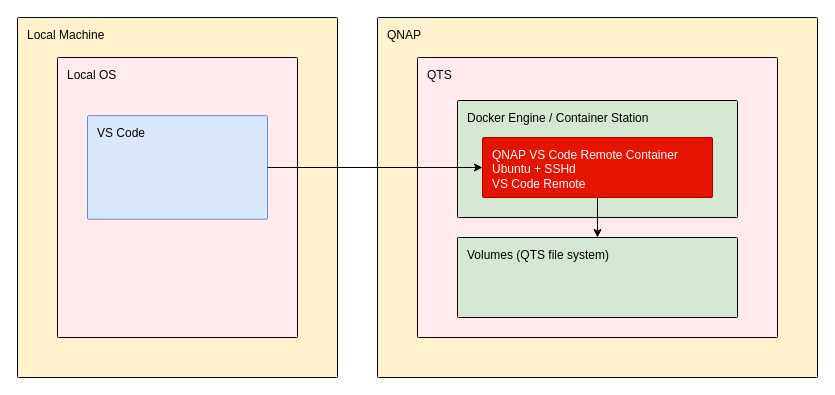
This is images/overview.drawio from hkato/qnap-vscode-container, a draw.io file, before an edit. Source tidied: cells renumbered, new cells numbered last; positions are measured from the earlier drawing's top-left corner, leaving out a move shared by most shapes. Both pictures are drawn from the tidied source at 100%, with x=0, y=0 at pixel (17, 17).
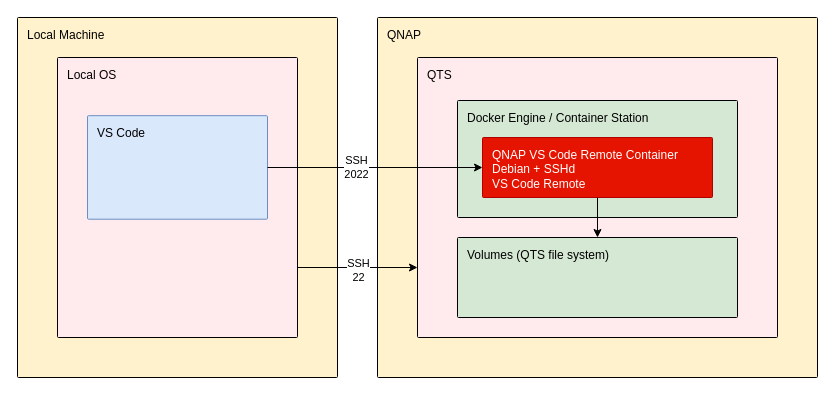
The same diagram, later.

Diff of the diagram source:
```diff
@@
 <mxGraphModel>
   <root>
     <mxCell id="0" />
     <mxCell id="1" parent="0" />
     <mxCell id="2" value="Local Machine" style="sketch=0;rounded=1;absoluteArcSize=1;arcSize=2;html=1;strokeColor=#000000;shadow=0;dashed=0;fontSize=12;align=left;verticalAlign=top;spacing=10;spacingTop=-4;whiteSpace=wrap;fillColor=#fff2cc;" parent="1" vertex="1">
       <mxGeometry width="320" height="360" as="geometry" />
     </mxCell>
     <mxCell id="3" value="&lt;font color=&quot;#000000&quot;&gt;Local OS&lt;/font&gt;" style="sketch=0;points=[[0,0,0],[0.25,0,0],[0.5,0,0],[0.75,0,0],[1,0,0],[1,0.25,0],[1,0.5,0],[1,0.75,0],[1,1,0],[0.75,1,0],[0.5,1,0],[0.25,1,0],[0,1,0],[0,0.75,0],[0,0.5,0],[0,0.25,0]];rounded=1;absoluteArcSize=1;arcSize=2;html=1;strokeColor=default;gradientColor=none;shadow=0;dashed=0;fontSize=12;fontColor=#9E9E9E;align=left;verticalAlign=top;spacing=10;spacingTop=-4;whiteSpace=wrap;fillColor=#FFEBEE;" parent="1" vertex="1">
       <mxGeometry x="40" y="40" width="240" height="280" as="geometry" />
     </mxCell>
     <mxCell id="4" value="&lt;font color=&quot;#000000&quot;&gt;VS Code&lt;/font&gt;" style="sketch=0;points=[[0,0,0],[0.25,0,0],[0.5,0,0],[0.75,0,0],[1,0,0],[1,0.25,0],[1,0.5,0],[1,0.75,0],[1,1,0],[0.75,1,0],[0.5,1,0],[0.25,1,0],[0,1,0],[0,0.75,0],[0,0.5,0],[0,0.25,0]];rounded=1;absoluteArcSize=1;arcSize=2;html=1;strokeColor=#6c8ebf;shadow=0;dashed=0;fontSize=12;align=left;verticalAlign=top;spacing=10;spacingTop=-4;whiteSpace=wrap;fillColor=#dae8fc;" parent="1" vertex="1">
       <mxGeometry x="70" y="98.2" width="180" height="103.5" as="geometry" />
     </mxCell>
     <mxCell id="5" value="&lt;font color=&quot;#000000&quot;&gt;QNAP&lt;/font&gt;" style="sketch=0;rounded=1;absoluteArcSize=1;arcSize=2;html=1;strokeColor=#000000;shadow=0;dashed=0;fontSize=12;align=left;verticalAlign=top;spacing=10;spacingTop=-4;whiteSpace=wrap;fillColor=#fff2cc;" parent="1" vertex="1">
       <mxGeometry x="360" width="440" height="360" as="geometry" />
     </mxCell>
     <mxCell id="6" value="&lt;font color=&quot;#000000&quot;&gt;QTS&lt;/font&gt;" style="sketch=0;points=[[0,0,0],[0.25,0,0],[0.5,0,0],[0.75,0,0],[1,0,0],[1,0.25,0],[1,0.5,0],[1,0.75,0],[1,1,0],[0.75,1,0],[0.5,1,0],[0.25,1,0],[0,1,0],[0,0.75,0],[0,0.5,0],[0,0.25,0]];rounded=1;absoluteArcSize=1;arcSize=2;html=1;strokeColor=default;gradientColor=none;shadow=0;dashed=0;fontSize=12;fontColor=#9E9E9E;align=left;verticalAlign=top;spacing=10;spacingTop=-4;whiteSpace=wrap;fillColor=#FFEBEE;" parent="1" vertex="1">
       <mxGeometry x="400" y="40" width="360" height="280" as="geometry" />
     </mxCell>
     <mxCell id="7" value="&lt;font color=&quot;#000000&quot;&gt;Docker Engine / Container Station&lt;/font&gt;" style="sketch=0;rounded=1;absoluteArcSize=1;arcSize=2;html=1;strokeColor=#000000;shadow=0;dashed=0;fontSize=12;align=left;verticalAlign=top;spacing=10;spacingTop=-4;whiteSpace=wrap;fillColor=#d5e8d4;" parent="1" vertex="1">
       <mxGeometry x="440" y="83" width="280" height="117" as="geometry" />
     </mxCell>
-    <mxCell id="8" value="QNAP VS Code Remote Container&lt;div&gt;Ubuntu + SSHd&lt;/div&gt;&lt;div&gt;VS Code Remote&lt;/div&gt;" style="sketch=0;points=[[0,0,0],[0.25,0,0],[0.5,0,0],[0.75,0,0],[1,0,0],[1,0.25,0],[1,0.5,0],[1,0.75,0],[1,1,0],[0.75,1,0],[0.5,1,0],[0.25,1,0],[0,1,0],[0,0.75,0],[0,0.5,0],[0,0.25,0]];rounded=1;absoluteArcSize=1;arcSize=2;html=1;strokeColor=#B20000;shadow=0;dashed=0;fontSize=12;align=left;verticalAlign=top;spacing=10;spacingTop=-4;whiteSpace=wrap;fillColor=#e51400;fontColor=#ffffff;" parent="1" vertex="1">
+    <mxCell id="8" value="QNAP VS Code Remote Container&lt;div&gt;Debian + SSHd&lt;/div&gt;&lt;div&gt;VS Code Remote&lt;/div&gt;" style="sketch=0;points=[[0,0,0],[0.25,0,0],[0.5,0,0],[0.75,0,0],[1,0,0],[1,0.25,0],[1,0.5,0],[1,0.75,0],[1,1,0],[0.75,1,0],[0.5,1,0],[0.25,1,0],[0,1,0],[0,0.75,0],[0,0.5,0],[0,0.25,0]];rounded=1;absoluteArcSize=1;arcSize=2;html=1;strokeColor=#B20000;shadow=0;dashed=0;fontSize=12;align=left;verticalAlign=top;spacing=10;spacingTop=-4;whiteSpace=wrap;fillColor=#e51400;fontColor=#ffffff;" parent="1" vertex="1">
       <mxGeometry x="465" y="120" width="230" height="60" as="geometry" />
     </mxCell>
     <mxCell id="9" value="&lt;font color=&quot;#000000&quot;&gt;Volumes (QTS file system)&lt;/font&gt;" style="sketch=0;points=[[0,0,0],[0.25,0,0],[0.5,0,0],[0.75,0,0],[1,0,0],[1,0.25,0],[1,0.5,0],[1,0.75,0],[1,1,0],[0.75,1,0],[0.5,1,0],[0.25,1,0],[0,1,0],[0,0.75,0],[0,0.5,0],[0,0.25,0]];rounded=1;absoluteArcSize=1;arcSize=2;html=1;strokeColor=#000000;shadow=0;dashed=0;fontSize=12;align=left;verticalAlign=top;spacing=10;spacingTop=-4;whiteSpace=wrap;fillColor=#d5e8d4;" parent="1" vertex="1">
       <mxGeometry x="440" y="220" width="280" height="80" as="geometry" />
     </mxCell>
     <mxCell id="10" style="edgeStyle=orthogonalEdgeStyle;rounded=0;jettySize=auto;html=1;exitX=0.5;exitY=1;exitDx=0;exitDy=0;exitPerimeter=0;" parent="1" edge="1" source="8" target="9">
       <mxGeometry relative="1" as="geometry" />
     </mxCell>
     <mxCell id="11" style="edgeStyle=orthogonalEdgeStyle;rounded=0;jettySize=auto;html=1;entryX=0;entryY=0.5;entryDx=0;entryDy=0;entryPerimeter=0;" parent="1" edge="1" source="4" target="8">
       <mxGeometry relative="1" as="geometry" />
     </mxCell>
+    <mxCell id="12" value="SSH&lt;div&gt;2022&lt;/div&gt;" style="edgeLabel;html=1;align=center;verticalAlign=middle;" parent="11" vertex="1">
+      <mxGeometry x="-0.18" y="1" relative="1" as="geometry" />
+    </mxCell>
+    <mxCell id="13" style="rounded=0;jettySize=auto;html=1;exitX=1;exitY=0.75;exitDx=0;exitDy=0;exitPerimeter=0;entryX=0;entryY=0.75;entryDx=0;entryDy=0;entryPerimeter=0;" parent="1" edge="1" source="3" target="6">
+      <mxGeometry relative="1" as="geometry" />
+    </mxCell>
+    <mxCell id="14" value="SSH&lt;div&gt;22&lt;/div&gt;" style="edgeLabel;html=1;align=center;verticalAlign=middle;" parent="13" vertex="1">
+      <mxGeometry x="0.19" y="-2" relative="1" as="geometry">
+        <mxPoint x="-11" as="offset" />
+      </mxGeometry>
+    </mxCell>
   </root>
 </mxGraphModel>
```
